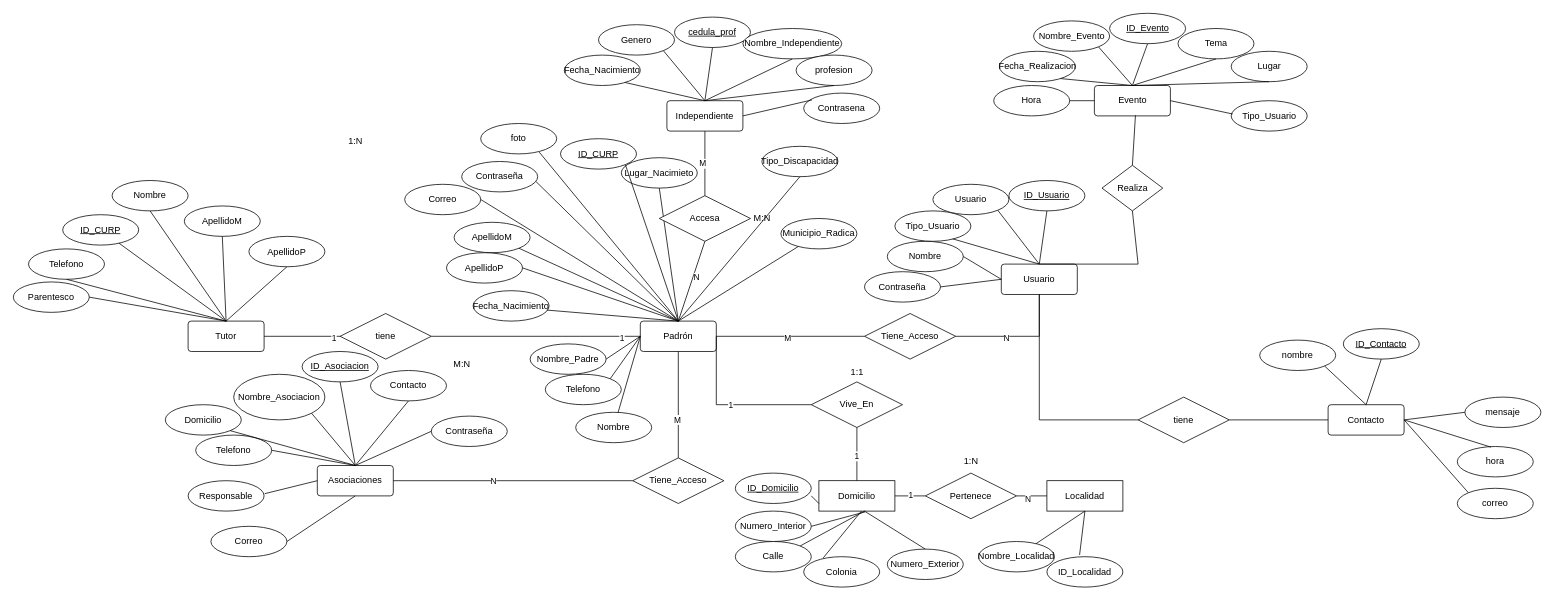
This is Diagrama_ER.drawio from OSCARCH2002/diagramas, a draw.io file, before an edit. Source tidied: cells renumbered, new cells numbered last; positions are measured from the earlier drawing's top-left corner, leaving out a move shared by most shapes. Both pictures are drawn from the tidied source at 76%, with x=0, y=0 at pixel (13, 13).
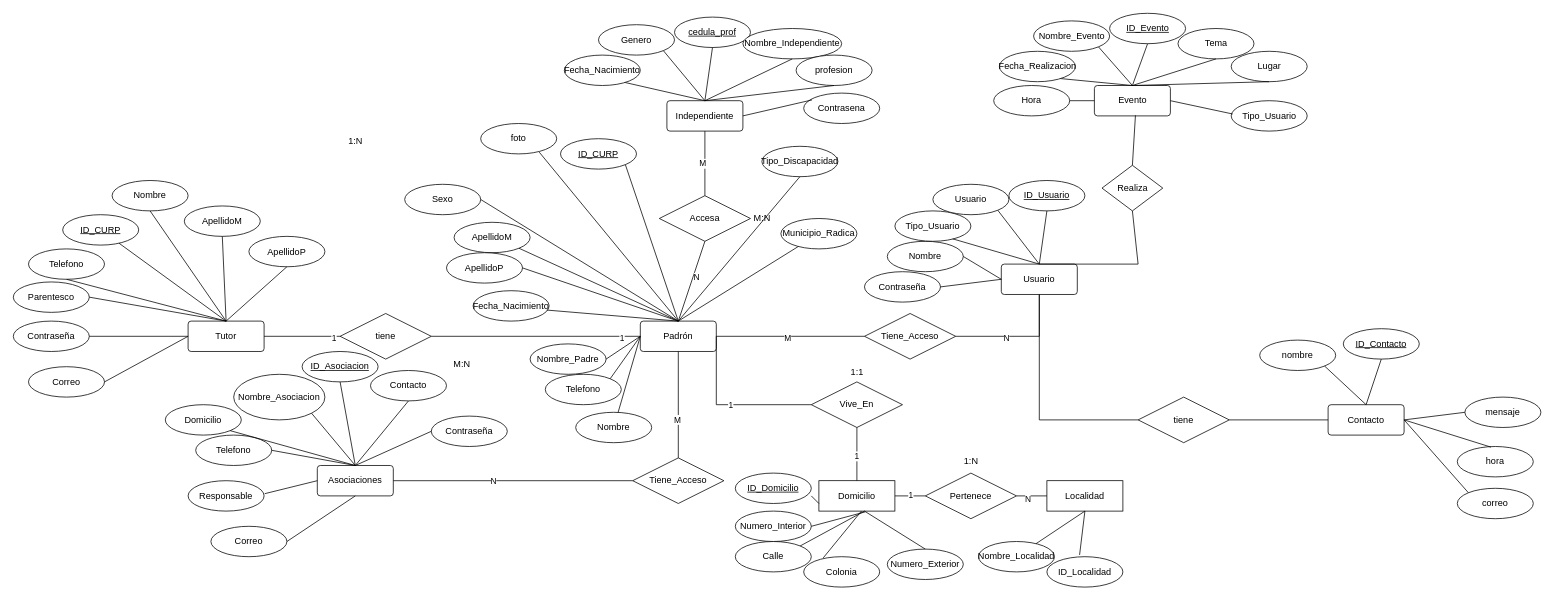
The same diagram, later.

Unchanged cells that the change refers to:
```xml
<mxCell id="2" value="Padrón" style="rounded=1;arcSize=10;whiteSpace=wrap;html=1;align=center;" parent="1" vertex="1">
  <mxGeometry x="825" y="405" width="100" height="40" as="geometry" />
</mxCell>
<mxCell id="123" value="Tutor" style="rounded=1;arcSize=10;whiteSpace=wrap;html=1;align=center;" parent="1" vertex="1">
  <mxGeometry x="230" y="405" width="100" height="40" as="geometry" />
</mxCell>
```

The edit, as a diff of the source:
```diff
@@
-    <mxCell id="7" value="Contraseña" style="ellipse;whiteSpace=wrap;html=1;align=center;" parent="1" vertex="1">
-      <mxGeometry x="590" y="195" width="100" height="40" as="geometry" />
-    </mxCell>
@@
-    <mxCell id="9" value="Lugar_Nacimieto" style="ellipse;whiteSpace=wrap;html=1;align=center;" parent="1" vertex="1">
-      <mxGeometry x="800" y="190" width="100" height="40" as="geometry" />
-    </mxCell>
@@
-    <mxCell id="14" style="endArrow=none;html=1;rounded=0;entryX=0.5;entryY=1;entryDx=0;entryDy=0;exitX=0.5;exitY=0;exitDx=0;exitDy=0;" parent="1" edge="1" source="2" target="9">
-      <mxGeometry relative="1" as="geometry" />
-    </mxCell>
@@
-    <mxCell id="87" value="Correo" style="ellipse;whiteSpace=wrap;html=1;align=center;" parent="1" vertex="1">
+    <mxCell id="87" value="Sexo" style="ellipse;whiteSpace=wrap;html=1;align=center;" parent="1" vertex="1">
       <mxGeometry x="515" y="225" width="100" height="40" as="geometry" />
     </mxCell>
-    <mxCell id="88" style="endArrow=none;html=1;rounded=0;entryX=0.977;entryY=0.658;entryDx=0;entryDy=0;exitX=0.5;exitY=0;exitDx=0;exitDy=0;entryPerimeter=0;" parent="1" edge="1" source="2" target="7">
-      <mxGeometry relative="1" as="geometry" />
-    </mxCell>
@@
+    <mxCell id="7" value="Contraseña" style="ellipse;whiteSpace=wrap;html=1;align=center;" parent="1" vertex="1">
+      <mxGeometry y="405" width="100" height="40" as="geometry" />
+    </mxCell>
+    <mxCell id="166" style="endArrow=none;html=1;rounded=0;entryX=0;entryY=0.5;entryDx=0;entryDy=0;exitX=1;exitY=0.5;exitDx=0;exitDy=0;" parent="1" edge="1" source="7" target="123">
+      <mxGeometry relative="1" as="geometry" />
+    </mxCell>
+    <mxCell id="167" value="Correo" style="ellipse;whiteSpace=wrap;html=1;align=center;" parent="1" vertex="1">
+      <mxGeometry x="20" y="465" width="100" height="40" as="geometry" />
+    </mxCell>
+    <mxCell id="168" style="endArrow=none;html=1;rounded=0;entryX=0;entryY=0.5;entryDx=0;entryDy=0;exitX=1;exitY=0.5;exitDx=0;exitDy=0;" parent="1" edge="1" source="167" target="123">
+      <mxGeometry relative="1" as="geometry" />
+    </mxCell>
```
